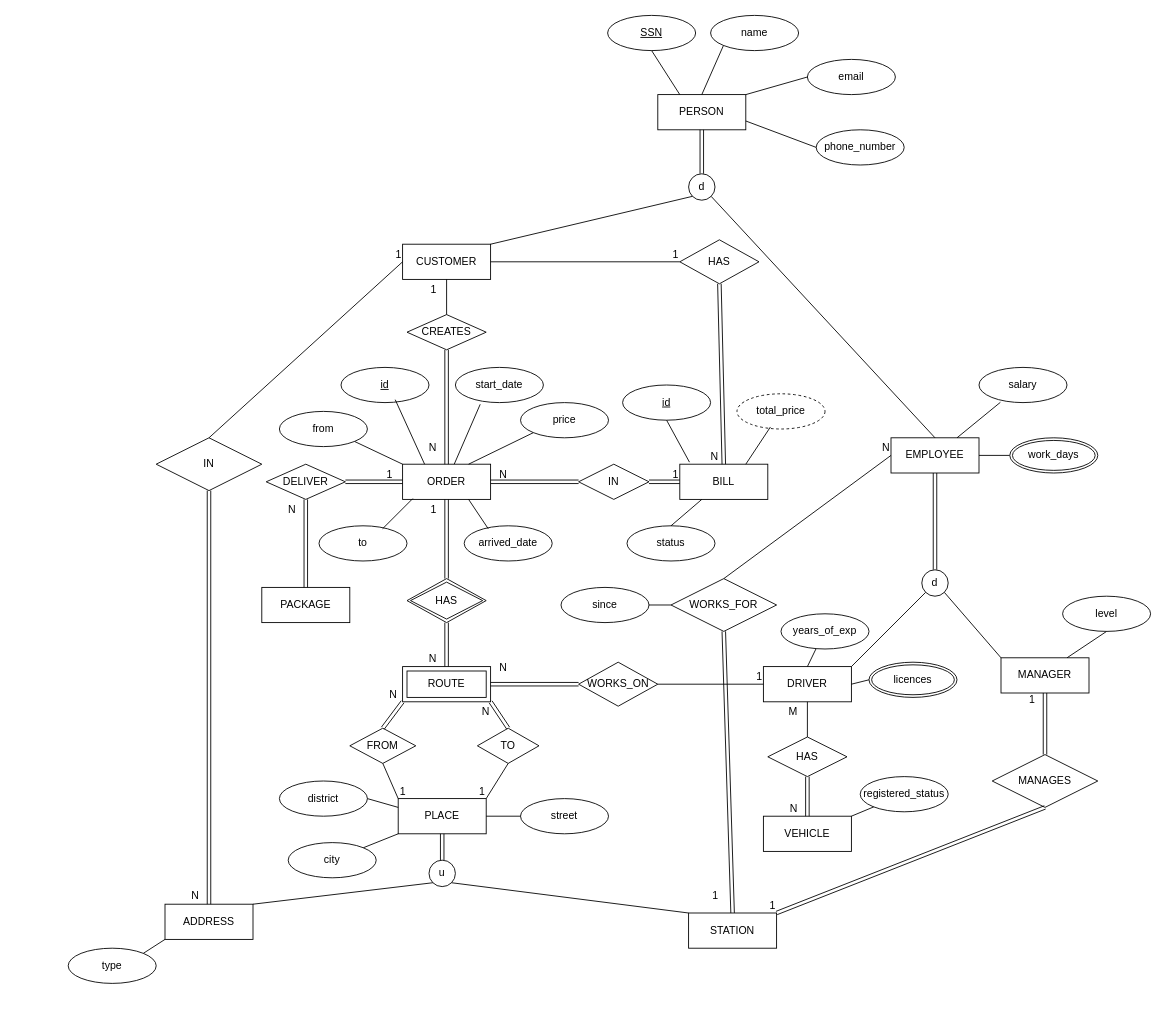
Before: db-assignment.drawio in blueonline07/auth-demo, a draw.io diagram. Source tidied: cells renumbered, new cells numbered last; positions are measured from the earlier drawing's top-left corner, leaving out a move shared by most shapes. Both pictures are drawn from the tidied source at 88%, with x=0, y=0 at pixel (68, 15).
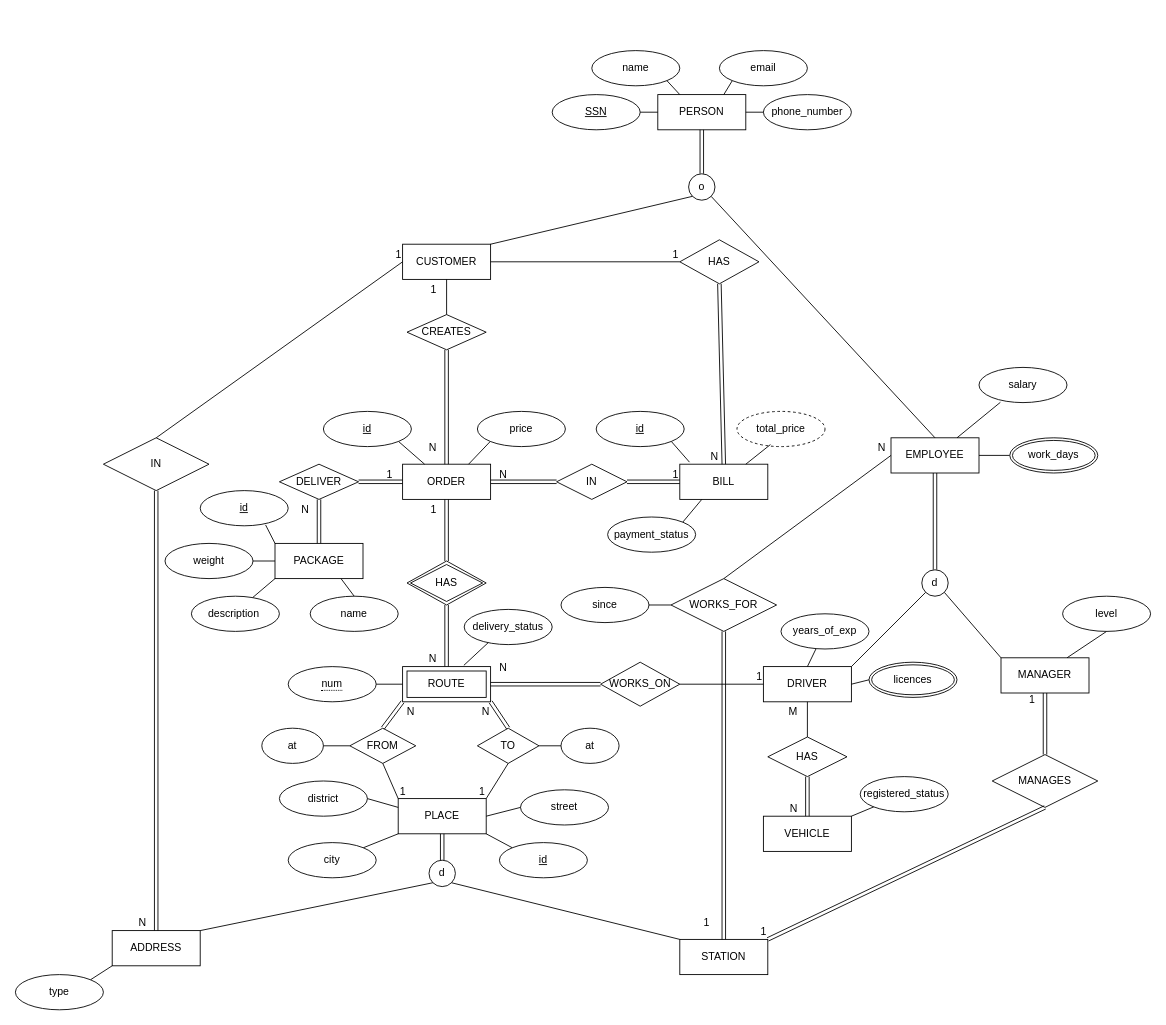
After the change.

The change refers to these unchanged cells:
```xml
<mxCell id="2" value="PERSON" style="whiteSpace=wrap;html=1;align=center;" parent="1" vertex="1">
  <mxGeometry x="670" y="90" width="100" height="40" as="geometry" />
</mxCell>
<mxCell id="7" value="ORDER" style="whiteSpace=wrap;html=1;align=center;" parent="1" vertex="1">
  <mxGeometry x="380" y="510" width="100" height="40" as="geometry" />
</mxCell>
<mxCell id="8" value="ROUTE" style="shape=ext;margin=3;double=1;whiteSpace=wrap;html=1;align=center;" parent="1" vertex="1">
  <mxGeometry x="380" y="740" width="100" height="40" as="geometry" />
</mxCell>
<mxCell id="10" value="PLACE" style="whiteSpace=wrap;html=1;align=center;" parent="1" vertex="1">
  <mxGeometry x="375" y="890" width="100" height="40" as="geometry" />
</mxCell>
<mxCell id="13" value="BILL" style="whiteSpace=wrap;html=1;align=center;" parent="1" vertex="1">
  <mxGeometry x="695" y="510" width="100" height="40" as="geometry" />
</mxCell>
<mxCell id="25" value="FROM" style="shape=rhombus;perimeter=rhombusPerimeter;whiteSpace=wrap;html=1;align=center;" parent="1" vertex="1">
  <mxGeometry x="320" y="810" width="75" height="40" as="geometry" />
</mxCell>
<mxCell id="26" value="TO" style="shape=rhombus;perimeter=rhombusPerimeter;whiteSpace=wrap;html=1;align=center;" parent="1" vertex="1">
  <mxGeometry x="465" y="810" width="70" height="40" as="geometry" />
</mxCell>
<mxCell id="27" style="shape=link;html=1;rounded=0;entryX=0;entryY=1;entryDx=0;entryDy=0;exitX=0.5;exitY=0;exitDx=0;exitDy=0;" parent="1" edge="1" source="25" target="8">
  <mxGeometry relative="1" as="geometry" />
</mxCell>
<mxCell id="134" style="endArrow=none;html=1;rounded=0;entryX=0;entryY=0.5;entryDx=0;entryDy=0;exitX=0.5;exitY=0;exitDx=0;exitDy=0;" parent="1" edge="1" source="38" target="4">
  <mxGeometry relative="1" as="geometry" />
</mxCell>
```

The edit, as a diff of the source:
```diff
@@
     <mxCell id="9" value="PACKAGE" style="whiteSpace=wrap;html=1;align=center;" parent="1" vertex="1">
-      <mxGeometry x="220" y="650" width="100" height="40" as="geometry" />
+      <mxGeometry x="235" y="600" width="100" height="40" as="geometry" />
     </mxCell>
@@
     <mxCell id="11" value="ADDRESS" style="whiteSpace=wrap;html=1;align=center;" parent="1" vertex="1">
-      <mxGeometry x="110" y="1010" width="100" height="40" as="geometry" />
+      <mxGeometry x="50" y="1040" width="100" height="40" as="geometry" />
     </mxCell>
     <mxCell id="12" value="STATION" style="whiteSpace=wrap;html=1;align=center;" parent="1" vertex="1">
-      <mxGeometry x="705" y="1020" width="100" height="40" as="geometry" />
+      <mxGeometry x="695" y="1050" width="100" height="40" as="geometry" />
     </mxCell>
@@
     <mxCell id="28" value="N" style="html=1;whiteSpace=wrap;align=right;verticalAlign=bottom;" parent="27" vertex="1">
       <mxGeometry x="1" relative="1" as="geometry">
-        <mxPoint x="-5" as="offset" />
+        <mxPoint x="15" y="20" as="offset" />
       </mxGeometry>
     </mxCell>
@@
     <mxCell id="35" value="IN" style="shape=rhombus;perimeter=rhombusPerimeter;whiteSpace=wrap;html=1;align=center;" parent="1" vertex="1">
-      <mxGeometry x="100" y="480" width="120" height="60" as="geometry" />
+      <mxGeometry x="40" y="480" width="120" height="60" as="geometry" />
     </mxCell>
@@
     <mxCell id="51" value="IN" style="shape=rhombus;perimeter=rhombusPerimeter;whiteSpace=wrap;html=1;align=center;" parent="1" vertex="1">
-      <mxGeometry x="580" y="510" width="80" height="40" as="geometry" />
+      <mxGeometry x="555" y="510" width="80" height="40" as="geometry" />
     </mxCell>
     <mxCell id="52" value="HAS" style="shape=rhombus;double=1;perimeter=rhombusPerimeter;whiteSpace=wrap;html=1;align=center;" parent="1" vertex="1">
-      <mxGeometry x="385" y="640" width="90" height="50" as="geometry" />
+      <mxGeometry x="385" y="620" width="90" height="50" as="geometry" />
     </mxCell>
@@
     <mxCell id="57" value="WORKS_ON" style="shape=rhombus;perimeter=rhombusPerimeter;whiteSpace=wrap;html=1;align=center;" parent="1" vertex="1">
-      <mxGeometry x="580" y="735" width="90" height="50" as="geometry" />
+      <mxGeometry x="605" y="735" width="90" height="50" as="geometry" />
     </mxCell>
@@
     <mxCell id="67" value="SSN" style="ellipse;whiteSpace=wrap;html=1;align=center;fontStyle=4;" parent="1" vertex="1">
-      <mxGeometry x="613" width="100" height="40" as="geometry" />
+      <mxGeometry x="550" y="90" width="100" height="40" as="geometry" />
     </mxCell>
     <mxCell id="68" value="name" style="ellipse;whiteSpace=wrap;html=1;align=center;" parent="1" vertex="1">
-      <mxGeometry x="730" width="100" height="40" as="geometry" />
+      <mxGeometry x="595" y="40" width="100" height="40" as="geometry" />
     </mxCell>
     <mxCell id="69" value="DELIVER" style="shape=rhombus;perimeter=rhombusPerimeter;whiteSpace=wrap;html=1;align=center;" parent="1" vertex="1">
-      <mxGeometry x="225" y="510" width="90" height="40" as="geometry" />
+      <mxGeometry x="240" y="510" width="90" height="40" as="geometry" />
     </mxCell>
@@
-    <mxCell id="75" value="d" style="ellipse;whiteSpace=wrap;html=1;" parent="1" vertex="1">
+    <mxCell id="75" value="o" style="ellipse;whiteSpace=wrap;html=1;" parent="1" vertex="1">
       <mxGeometry x="705" y="180" width="30" height="30" as="geometry" />
     </mxCell>
@@
-    <mxCell id="83" value="u" style="ellipse;whiteSpace=wrap;html=1;" parent="1" vertex="1">
+    <mxCell id="83" value="d" style="ellipse;whiteSpace=wrap;html=1;" parent="1" vertex="1">
       <mxGeometry x="410" y="960" width="30" height="30" as="geometry" />
     </mxCell>
@@
     <mxCell id="86" value="email" style="ellipse;whiteSpace=wrap;html=1;align=center;" parent="1" vertex="1">
-      <mxGeometry x="840" y="50" width="100" height="40" as="geometry" />
+      <mxGeometry x="740" y="40" width="100" height="40" as="geometry" />
     </mxCell>
     <mxCell id="87" value="phone_number" style="ellipse;whiteSpace=wrap;html=1;align=center;" parent="1" vertex="1">
-      <mxGeometry x="850" y="130" width="100" height="40" as="geometry" />
+      <mxGeometry x="790" y="90" width="100" height="40" as="geometry" />
     </mxCell>
-    <mxCell id="88" style="endArrow=none;html=1;rounded=0;entryX=0.5;entryY=1;entryDx=0;entryDy=0;exitX=0.25;exitY=0;exitDx=0;exitDy=0;" parent="1" edge="1" source="2" target="67">
+    <mxCell id="88" style="endArrow=none;html=1;rounded=0;entryX=1;entryY=0.5;entryDx=0;entryDy=0;exitX=0;exitY=0.5;exitDx=0;exitDy=0;" parent="1" edge="1" source="2" target="67">
       <mxGeometry relative="1" as="geometry" />
     </mxCell>
-    <mxCell id="89" style="endArrow=none;html=1;rounded=0;entryX=0;entryY=1;entryDx=0;entryDy=0;exitX=0.5;exitY=0;exitDx=0;exitDy=0;" parent="1" edge="1" source="2" target="68">
+    <mxCell id="89" style="endArrow=none;html=1;rounded=0;entryX=1;entryY=1;entryDx=0;entryDy=0;exitX=0.25;exitY=0;exitDx=0;exitDy=0;" parent="1" edge="1" source="2" target="68">
       <mxGeometry relative="1" as="geometry" />
     </mxCell>
-    <mxCell id="90" style="endArrow=none;html=1;rounded=0;entryX=0;entryY=0.5;entryDx=0;entryDy=0;exitX=1;exitY=0;exitDx=0;exitDy=0;" parent="1" edge="1" source="2" target="86">
+    <mxCell id="90" style="endArrow=none;html=1;rounded=0;entryX=0;entryY=1;entryDx=0;entryDy=0;exitX=0.75;exitY=0;exitDx=0;exitDy=0;" parent="1" edge="1" source="2" target="86">
       <mxGeometry relative="1" as="geometry" />
     </mxCell>
-    <mxCell id="91" style="endArrow=none;html=1;rounded=0;entryX=0;entryY=0.5;entryDx=0;entryDy=0;exitX=1;exitY=0.75;exitDx=0;exitDy=0;" parent="1" edge="1" source="2" target="87">
+    <mxCell id="91" style="endArrow=none;html=1;rounded=0;entryX=0;entryY=0.5;entryDx=0;entryDy=0;exitX=1;exitY=0.5;exitDx=0;exitDy=0;" parent="1" edge="1" source="2" target="87">
       <mxGeometry relative="1" as="geometry" />
     </mxCell>
@@
     <mxCell id="102" value="type" style="ellipse;whiteSpace=wrap;html=1;align=center;" parent="1" vertex="1">
-      <mxGeometry y="1060" width="100" height="40" as="geometry" />
+      <mxGeometry x="-60" y="1090" width="100" height="40" as="geometry" />
     </mxCell>
@@
     <mxCell id="106" value="street" style="ellipse;whiteSpace=wrap;html=1;align=center;" parent="1" vertex="1">
-      <mxGeometry x="514" y="890" width="100" height="40" as="geometry" />
+      <mxGeometry x="514" y="880" width="100" height="40" as="geometry" />
     </mxCell>
@@
-    <mxCell id="114" value="from" style="ellipse;whiteSpace=wrap;html=1;align=center;" parent="1" vertex="1">
-      <mxGeometry x="240" y="450" width="100" height="40" as="geometry" />
-    </mxCell>
     <mxCell id="115" value="id" style="ellipse;whiteSpace=wrap;html=1;align=center;fontStyle=4;" parent="1" vertex="1">
-      <mxGeometry x="310" y="400" width="100" height="40" as="geometry" />
+      <mxGeometry x="290" y="450" width="100" height="40" as="geometry" />
     </mxCell>
-    <mxCell id="116" value="to" style="ellipse;whiteSpace=wrap;html=1;align=center;" parent="1" vertex="1">
-      <mxGeometry x="285" y="580" width="100" height="40" as="geometry" />
-    </mxCell>
-    <mxCell id="117" value="start_date" style="ellipse;whiteSpace=wrap;html=1;align=center;" parent="1" vertex="1">
-      <mxGeometry x="440" y="400" width="100" height="40" as="geometry" />
-    </mxCell>
-    <mxCell id="118" value="arrived_date" style="ellipse;whiteSpace=wrap;html=1;align=center;" parent="1" vertex="1">
-      <mxGeometry x="450" y="580" width="100" height="40" as="geometry" />
-    </mxCell>
-    <mxCell id="119" style="endArrow=none;html=1;rounded=0;entryX=1;entryY=1;entryDx=0;entryDy=0;exitX=0;exitY=0;exitDx=0;exitDy=0;" parent="1" edge="1" source="7" target="114">
-      <mxGeometry relative="1" as="geometry" />
-    </mxCell>
-    <mxCell id="120" style="endArrow=none;html=1;rounded=0;entryX=0.616;entryY=0.917;entryDx=0;entryDy=0;exitX=0.25;exitY=0;exitDx=0;exitDy=0;entryPerimeter=0;" parent="1" edge="1" source="7" target="115">
+    <mxCell id="120" style="endArrow=none;html=1;rounded=0;entryX=1;entryY=1;entryDx=0;entryDy=0;exitX=0.25;exitY=0;exitDx=0;exitDy=0;" parent="1" edge="1" source="7" target="115">
       <mxGeometry relative="1" as="geometry" />
     </mxCell>
-    <mxCell id="121" style="endArrow=none;html=1;rounded=0;entryX=0.282;entryY=1.048;entryDx=0;entryDy=0;entryPerimeter=0;" parent="1" edge="1" source="7" target="117">
-      <mxGeometry relative="1" as="geometry" />
-    </mxCell>
-    <mxCell id="122" style="endArrow=none;html=1;rounded=0;entryX=0.723;entryY=0.083;entryDx=0;entryDy=0;exitX=0.116;exitY=0.976;exitDx=0;exitDy=0;exitPerimeter=0;entryPerimeter=0;" parent="1" edge="1" source="7" target="116">
-      <mxGeometry relative="1" as="geometry" />
-    </mxCell>
-    <mxCell id="123" style="endArrow=none;html=1;rounded=0;entryX=0.273;entryY=0.083;entryDx=0;entryDy=0;exitX=0.75;exitY=1;exitDx=0;exitDy=0;entryPerimeter=0;" parent="1" edge="1" source="7" target="118">
-      <mxGeometry relative="1" as="geometry" />
-    </mxCell>
     <mxCell id="124" value="price" style="ellipse;whiteSpace=wrap;html=1;align=center;" parent="1" vertex="1">
-      <mxGeometry x="514" y="440" width="100" height="40" as="geometry" />
+      <mxGeometry x="465" y="450" width="100" height="40" as="geometry" />
     </mxCell>
@@
     <mxCell id="126" value="total_price" style="ellipse;whiteSpace=wrap;html=1;align=center;dashed=1;" parent="1" vertex="1">
-      <mxGeometry x="760" y="430" width="100" height="40" as="geometry" />
+      <mxGeometry x="760" y="450" width="100" height="40" as="geometry" />
     </mxCell>
-    <mxCell id="127" value="status" style="ellipse;whiteSpace=wrap;html=1;align=center;" parent="1" vertex="1">
-      <mxGeometry x="635" y="580" width="100" height="40" as="geometry" />
+    <mxCell id="127" value="payment_status" style="ellipse;whiteSpace=wrap;html=1;align=center;" parent="1" vertex="1">
+      <mxGeometry x="613" y="570" width="100" height="40" as="geometry" />
     </mxCell>
     <mxCell id="128" value="id" style="ellipse;whiteSpace=wrap;html=1;align=center;fontStyle=4;" parent="1" vertex="1">
-      <mxGeometry x="630" y="420" width="100" height="40" as="geometry" />
+      <mxGeometry x="600" y="450" width="100" height="40" as="geometry" />
     </mxCell>
-    <mxCell id="129" style="endArrow=none;html=1;rounded=0;entryX=0.11;entryY=-0.058;entryDx=0;entryDy=0;entryPerimeter=0;exitX=0.5;exitY=1;exitDx=0;exitDy=0;" parent="1" edge="1" source="128" target="13">
+    <mxCell id="129" style="endArrow=none;html=1;rounded=0;entryX=0.11;entryY=-0.058;entryDx=0;entryDy=0;entryPerimeter=0;exitX=1;exitY=1;exitDx=0;exitDy=0;" parent="1" edge="1" source="128" target="13">
       <mxGeometry relative="1" as="geometry" />
     </mxCell>
@@
-    <mxCell id="131" style="endArrow=none;html=1;rounded=0;exitX=0.25;exitY=1;exitDx=0;exitDy=0;entryX=0.5;entryY=0;entryDx=0;entryDy=0;" parent="1" edge="1" source="13" target="127">
+    <mxCell id="131" style="endArrow=none;html=1;rounded=0;exitX=0.25;exitY=1;exitDx=0;exitDy=0;entryX=1;entryY=0;entryDx=0;entryDy=0;" parent="1" edge="1" source="13" target="127">
       <mxGeometry relative="1" as="geometry" />
     </mxCell>
@@
     <mxCell id="135" value="N" style="html=1;whiteSpace=wrap;align=right;verticalAlign=bottom;" parent="134" vertex="1">
-      <mxGeometry x="1" relative="1" as="geometry" />
+      <mxGeometry x="1" relative="1" as="geometry">
+        <mxPoint x="-5" as="offset" />
+      </mxGeometry>
     </mxCell>
+    <mxCell id="136" value="delivery_status" style="ellipse;whiteSpace=wrap;html=1;align=center;" parent="1" vertex="1">
+      <mxGeometry x="450" y="675" width="100" height="40" as="geometry" />
+    </mxCell>
+    <mxCell id="137" style="endArrow=none;html=1;rounded=0;exitX=0.273;exitY=0.945;exitDx=0;exitDy=0;entryX=0.696;entryY=-0.036;entryDx=0;entryDy=0;entryPerimeter=0;exitPerimeter=0;" parent="1" edge="1" source="136" target="8">
+      <mxGeometry relative="1" as="geometry" />
+    </mxCell>
+    <mxCell id="138" value="weight" style="ellipse;whiteSpace=wrap;html=1;align=center;" parent="1" vertex="1">
+      <mxGeometry x="110" y="600" width="100" height="40" as="geometry" />
+    </mxCell>
+    <mxCell id="139" style="endArrow=none;html=1;rounded=0;exitX=1;exitY=0.5;exitDx=0;exitDy=0;entryX=0;entryY=0.5;entryDx=0;entryDy=0;" parent="1" edge="1" source="138" target="9">
+      <mxGeometry relative="1" as="geometry" />
+    </mxCell>
+    <mxCell id="140" value="id" style="ellipse;whiteSpace=wrap;html=1;align=center;fontStyle=4;" parent="1" vertex="1">
+      <mxGeometry x="150" y="540" width="100" height="40" as="geometry" />
+    </mxCell>
+    <mxCell id="141" style="endArrow=none;html=1;rounded=0;entryX=0;entryY=0;entryDx=0;entryDy=0;exitX=0.743;exitY=0.975;exitDx=0;exitDy=0;exitPerimeter=0;" parent="1" edge="1" source="140" target="9">
+      <mxGeometry relative="1" as="geometry" />
+    </mxCell>
+    <mxCell id="142" value="name" style="ellipse;whiteSpace=wrap;html=1;align=center;" parent="1" vertex="1">
+      <mxGeometry x="275" y="660" width="100" height="40" as="geometry" />
+    </mxCell>
+    <mxCell id="143" style="endArrow=none;html=1;rounded=0;entryX=0.75;entryY=1;entryDx=0;entryDy=0;exitX=0.5;exitY=0;exitDx=0;exitDy=0;" parent="1" edge="1" source="142" target="9">
+      <mxGeometry relative="1" as="geometry" />
+    </mxCell>
+    <mxCell id="144" value="description&amp;nbsp;" style="ellipse;whiteSpace=wrap;html=1;align=center;" parent="1" vertex="1">
+      <mxGeometry x="140" y="660" width="100" height="40" as="geometry" />
+    </mxCell>
+    <mxCell id="145" style="endArrow=none;html=1;rounded=0;exitX=0.695;exitY=0.041;exitDx=0;exitDy=0;exitPerimeter=0;entryX=0;entryY=1;entryDx=0;entryDy=0;" parent="1" edge="1" source="144" target="9">
+      <mxGeometry relative="1" as="geometry" />
+    </mxCell>
+    <mxCell id="146" value="&lt;span style=&quot;border-bottom: 1px dotted&quot;&gt;num&lt;/span&gt;" style="ellipse;whiteSpace=wrap;html=1;align=center;" parent="1" vertex="1">
+      <mxGeometry x="250" y="740" width="100" height="40" as="geometry" />
+    </mxCell>
+    <mxCell id="147" style="endArrow=none;html=1;rounded=0;entryX=0;entryY=0.5;entryDx=0;entryDy=0;exitX=1;exitY=0.5;exitDx=0;exitDy=0;" parent="1" edge="1" source="146" target="8">
+      <mxGeometry relative="1" as="geometry" />
+    </mxCell>
+    <mxCell id="148" value="at" style="ellipse;whiteSpace=wrap;html=1;align=center;" parent="1" vertex="1">
+      <mxGeometry x="220" y="810" width="70" height="40" as="geometry" />
+    </mxCell>
+    <mxCell id="149" style="endArrow=none;html=1;rounded=0;entryX=0;entryY=0.5;entryDx=0;entryDy=0;exitX=1;exitY=0.5;exitDx=0;exitDy=0;" parent="1" edge="1" source="148" target="25">
+      <mxGeometry relative="1" as="geometry" />
+    </mxCell>
+    <mxCell id="150" value="at" style="ellipse;whiteSpace=wrap;html=1;align=center;" parent="1" vertex="1">
+      <mxGeometry x="560" y="810" width="66" height="40" as="geometry" />
+    </mxCell>
+    <mxCell id="151" style="endArrow=none;html=1;rounded=0;entryX=0;entryY=0.5;entryDx=0;entryDy=0;exitX=1;exitY=0.5;exitDx=0;exitDy=0;" parent="1" edge="1" source="26" target="150">
+      <mxGeometry relative="1" as="geometry" />
+    </mxCell>
+    <mxCell id="152" value="id" style="ellipse;whiteSpace=wrap;html=1;align=center;fontStyle=4;" parent="1" vertex="1">
+      <mxGeometry x="490" y="940" width="100" height="40" as="geometry" />
+    </mxCell>
+    <mxCell id="153" style="endArrow=none;html=1;rounded=0;entryX=0;entryY=0;entryDx=0;entryDy=0;exitX=1;exitY=1;exitDx=0;exitDy=0;" parent="1" edge="1" source="10" target="152">
+      <mxGeometry relative="1" as="geometry" />
+    </mxCell>
```
